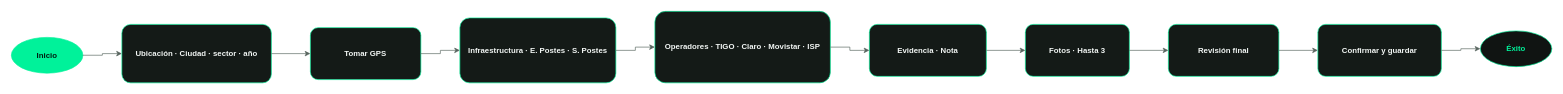
The draw.io diagram page "Exploración" (2 of 4) of docs/FIBRAZO_Forms_Flujos.drawio in Femacchi12/fibrazo-forms, before the edit. Source tidied: cells renumbered, new cells numbered last; positions are measured from the earlier drawing's top-left corner, leaving out a move shared by most shapes. Both pictures are drawn from the tidied source at 65%, with x=0, y=0 at pixel (11, 11).
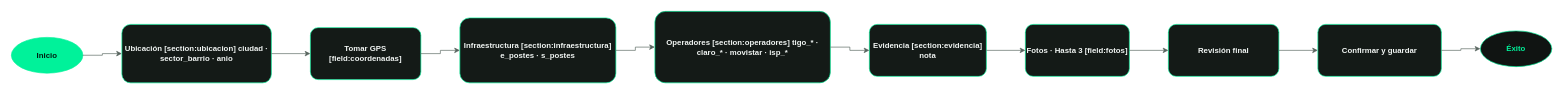
The same diagram, later.

What changed in the source:
```diff
@@
-    <mxCell id="3" value="Ubicación · Ciudad · sector · año" style="rounded=1;whiteSpace=wrap;html=1;fillColor=#141a17;strokeColor=#00f29a;fontColor=#f3f7f5;fontStyle=1;" parent="1" vertex="1">
+    <mxCell id="3" value="Ubicación&amp;#xa;[section:ubicacion]&amp;#xa;ciudad · sector_barrio · anio" style="rounded=1;whiteSpace=wrap;html=1;fillColor=#141a17;strokeColor=#00f29a;fontColor=#f3f7f5;fontStyle=1;" parent="1" vertex="1">
       <mxGeometry x="170" y="20" width="230" height="90" as="geometry" />
     </mxCell>
-    <mxCell id="4" value="Tomar GPS" style="rounded=1;whiteSpace=wrap;html=1;fillColor=#141a17;strokeColor=#00f29a;fontColor=#f3f7f5;fontStyle=1;" parent="1" vertex="1">
+    <mxCell id="4" value="Tomar GPS&amp;#xa;[field:coordenadas]" style="rounded=1;whiteSpace=wrap;html=1;fillColor=#141a17;strokeColor=#00f29a;fontColor=#f3f7f5;fontStyle=1;" parent="1" vertex="1">
       <mxGeometry x="460" y="25" width="170" height="80" as="geometry" />
     </mxCell>
-    <mxCell id="5" value="Infraestructura · E. Postes · S. Postes" style="rounded=1;whiteSpace=wrap;html=1;fillColor=#141a17;strokeColor=#00f29a;fontColor=#f3f7f5;fontStyle=1;" parent="1" vertex="1">
+    <mxCell id="5" value="Infraestructura&amp;#xa;[section:infraestructura]&amp;#xa;e_postes · s_postes" style="rounded=1;whiteSpace=wrap;html=1;fillColor=#141a17;strokeColor=#00f29a;fontColor=#f3f7f5;fontStyle=1;" parent="1" vertex="1">
       <mxGeometry x="690" y="10" width="240" height="100" as="geometry" />
     </mxCell>
-    <mxCell id="6" value="Operadores · TIGO · Claro · Movistar · ISP" style="rounded=1;whiteSpace=wrap;html=1;fillColor=#141a17;strokeColor=#00f29a;fontColor=#f3f7f5;fontStyle=1;" parent="1" vertex="1">
+    <mxCell id="6" value="Operadores&amp;#xa;[section:operadores]&amp;#xa;tigo_* · claro_* · movistar · isp_*" style="rounded=1;whiteSpace=wrap;html=1;fillColor=#141a17;strokeColor=#00f29a;fontColor=#f3f7f5;fontStyle=1;" parent="1" vertex="1">
       <mxGeometry x="990" width="270" height="110" as="geometry" />
     </mxCell>
-    <mxCell id="7" value="Evidencia · Nota" style="rounded=1;whiteSpace=wrap;html=1;fillColor=#141a17;strokeColor=#00f29a;fontColor=#f3f7f5;fontStyle=1;" parent="1" vertex="1">
+    <mxCell id="7" value="Evidencia&amp;#xa;[section:evidencia]&amp;#xa;nota" style="rounded=1;whiteSpace=wrap;html=1;fillColor=#141a17;strokeColor=#00f29a;fontColor=#f3f7f5;fontStyle=1;" parent="1" vertex="1">
       <mxGeometry x="1320" y="20" width="180" height="80" as="geometry" />
     </mxCell>
-    <mxCell id="8" value="Fotos · Hasta 3" style="rounded=1;whiteSpace=wrap;html=1;fillColor=#141a17;strokeColor=#00f29a;fontColor=#f3f7f5;fontStyle=1;" parent="1" vertex="1">
+    <mxCell id="8" value="Fotos · Hasta 3&amp;#xa;[field:fotos]" style="rounded=1;whiteSpace=wrap;html=1;fillColor=#141a17;strokeColor=#00f29a;fontColor=#f3f7f5;fontStyle=1;" parent="1" vertex="1">
       <mxGeometry x="1560" y="20" width="160" height="80" as="geometry" />
     </mxCell>
```
